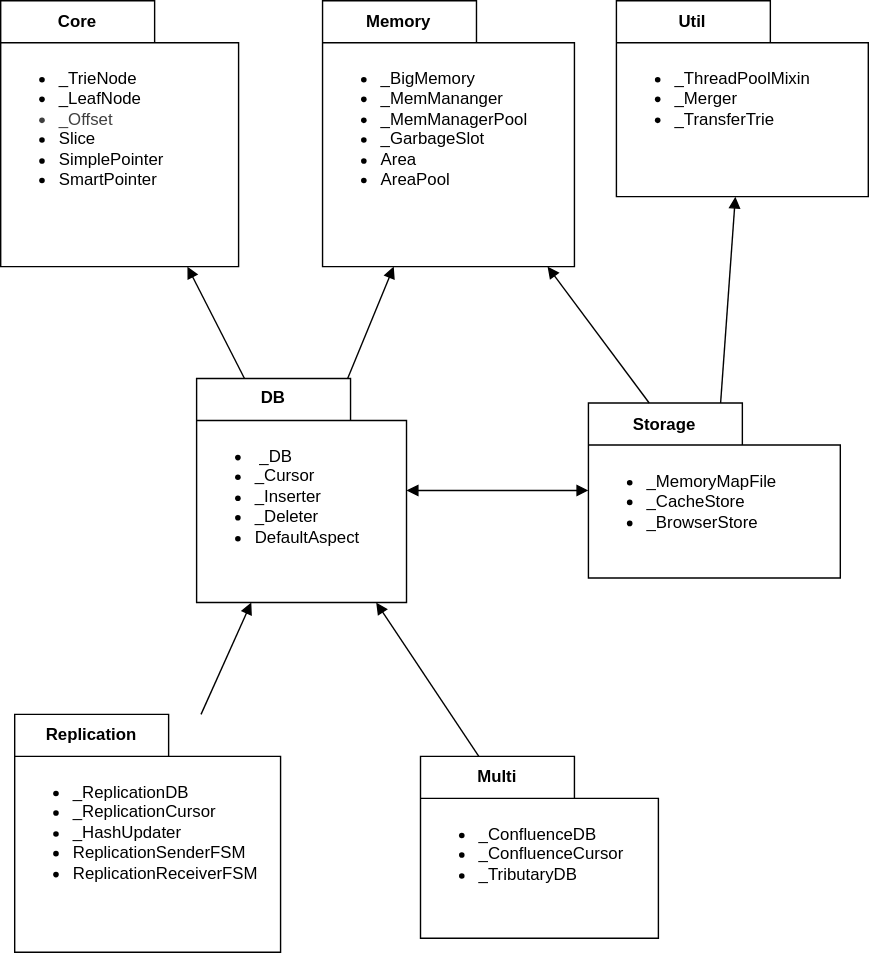
Earlier version of the draw.io export docs/architecture/subsystems.svg (kochelmonster/leaves). Source tidied: cells renumbered, new cells last; positions are measured from the earlier drawing's top-left corner, leaving out a move shared by most shapes.
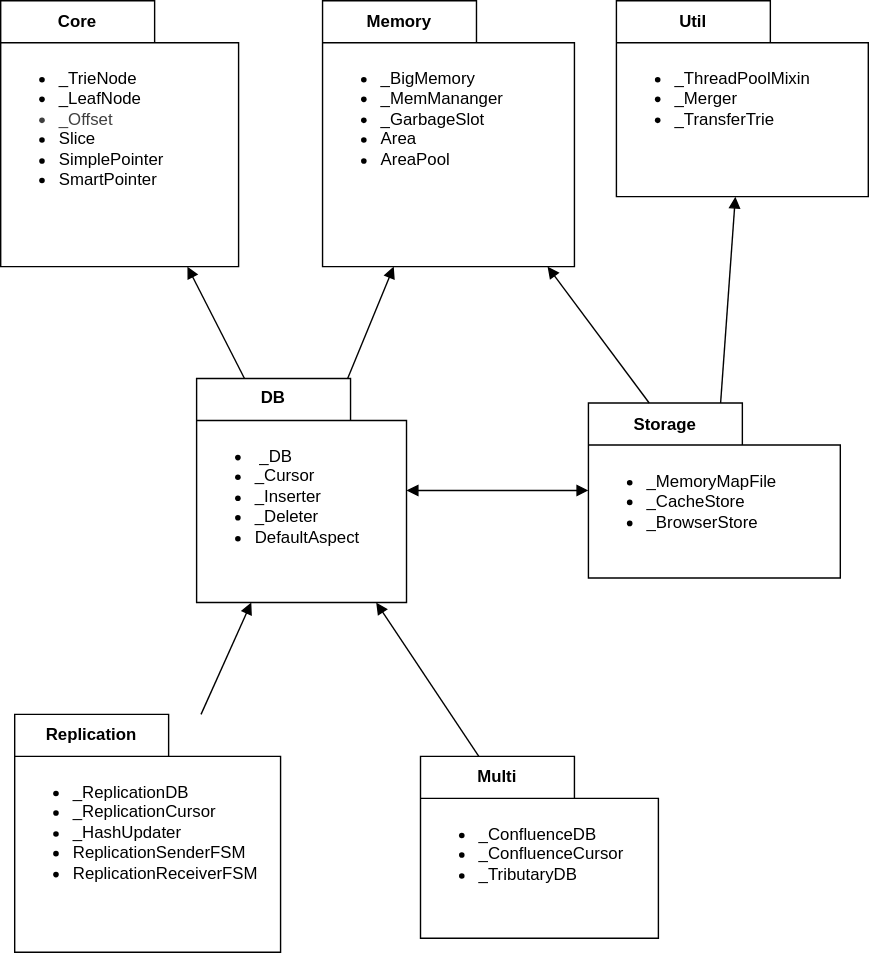
Later version of the same file.

What changed in the source:
```diff
@@ -13,7 +13,7 @@
     <mxCell id="4" value="Memory" style="shape=folder;fontStyle=1;tabWidth=110;tabHeight=30;tabPosition=left;html=1;boundedLbl=1;labelInHeader=1;whiteSpace=wrap;" parent="1" vertex="1">
       <mxGeometry x="230" width="180" height="190" as="geometry" />
     </mxCell>
-    <mxCell id="5" value="&lt;ul&gt;&lt;li&gt;_BigMemory&lt;/li&gt;&lt;li&gt;_MemMananger&lt;br&gt;&lt;/li&gt;&lt;li&gt;_MemManagerPool&lt;/li&gt;&lt;li&gt;_GarbageSlot&lt;/li&gt;&lt;li&gt;Area&lt;/li&gt;&lt;li&gt;AreaPool&lt;br&gt;&lt;br&gt;&lt;/li&gt;&lt;/ul&gt;" style="html=1;strokeColor=none;fillColor=none;whiteSpace=wrap;align=left;verticalAlign=top;" parent="4" vertex="1">
+    <mxCell id="5" value="&lt;ul&gt;&lt;li&gt;_BigMemory&lt;/li&gt;&lt;li&gt;_MemMananger&lt;br&gt;&lt;/li&gt;&lt;li&gt;_GarbageSlot&lt;/li&gt;&lt;li&gt;Area&lt;/li&gt;&lt;li&gt;AreaPool&lt;br&gt;&lt;br&gt;&lt;/li&gt;&lt;/ul&gt;" style="html=1;strokeColor=none;fillColor=none;whiteSpace=wrap;align=left;verticalAlign=top;" parent="4" vertex="1">
       <mxGeometry width="180" height="133" relative="1" as="geometry">
         <mxPoint y="30" as="offset" />
       </mxGeometry>
```
